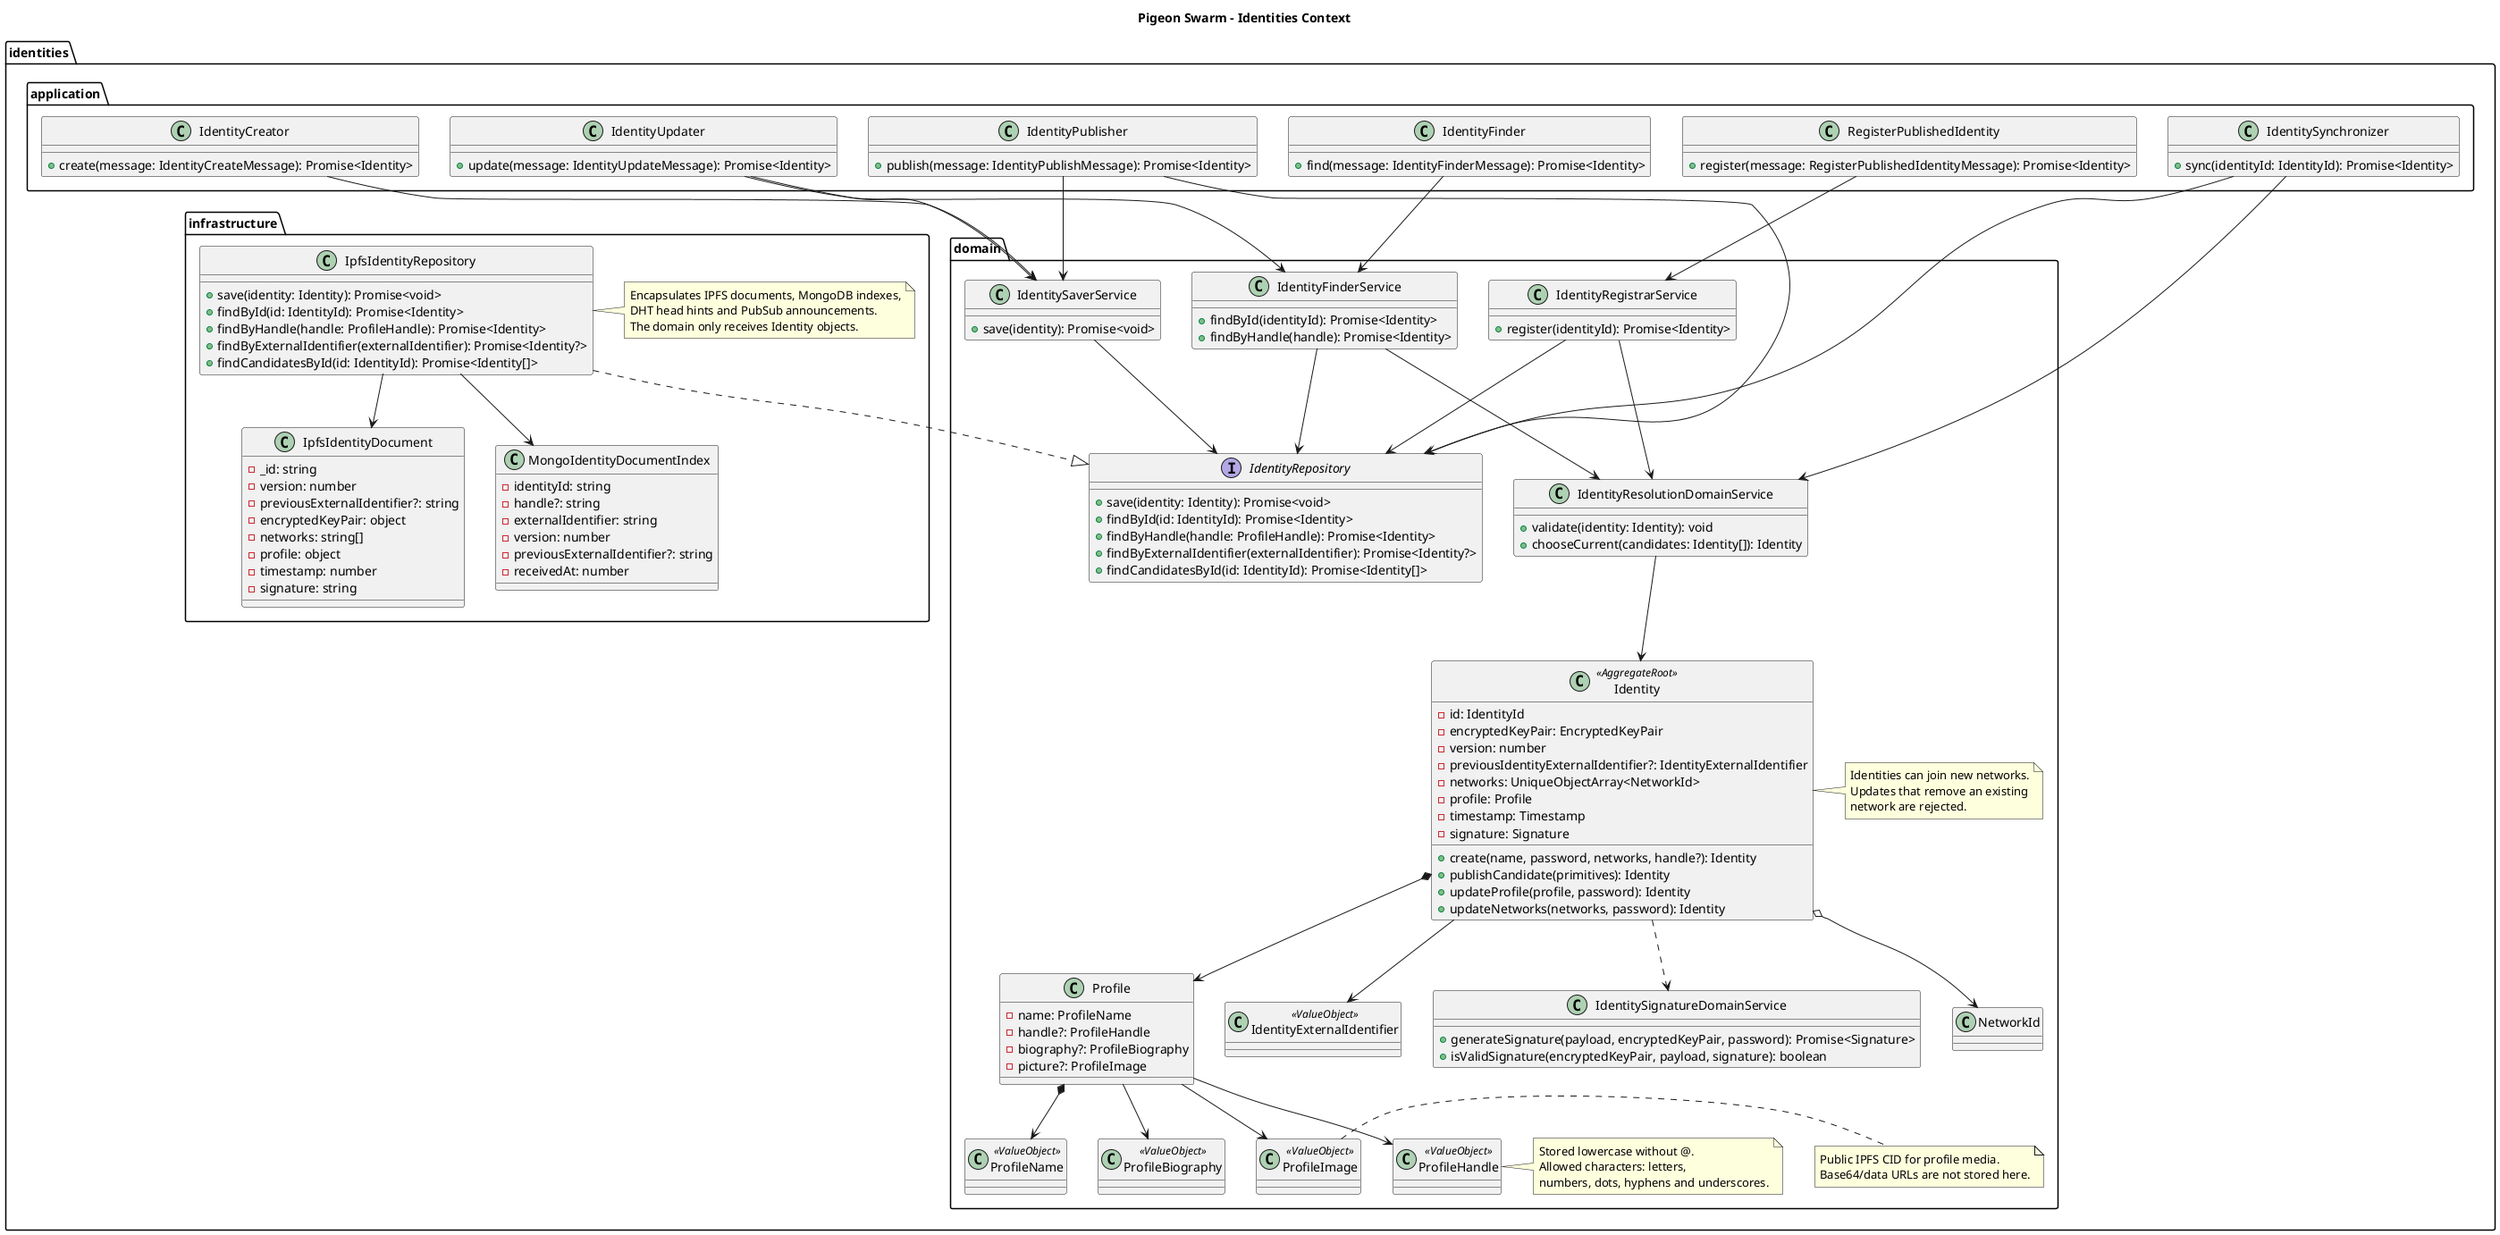
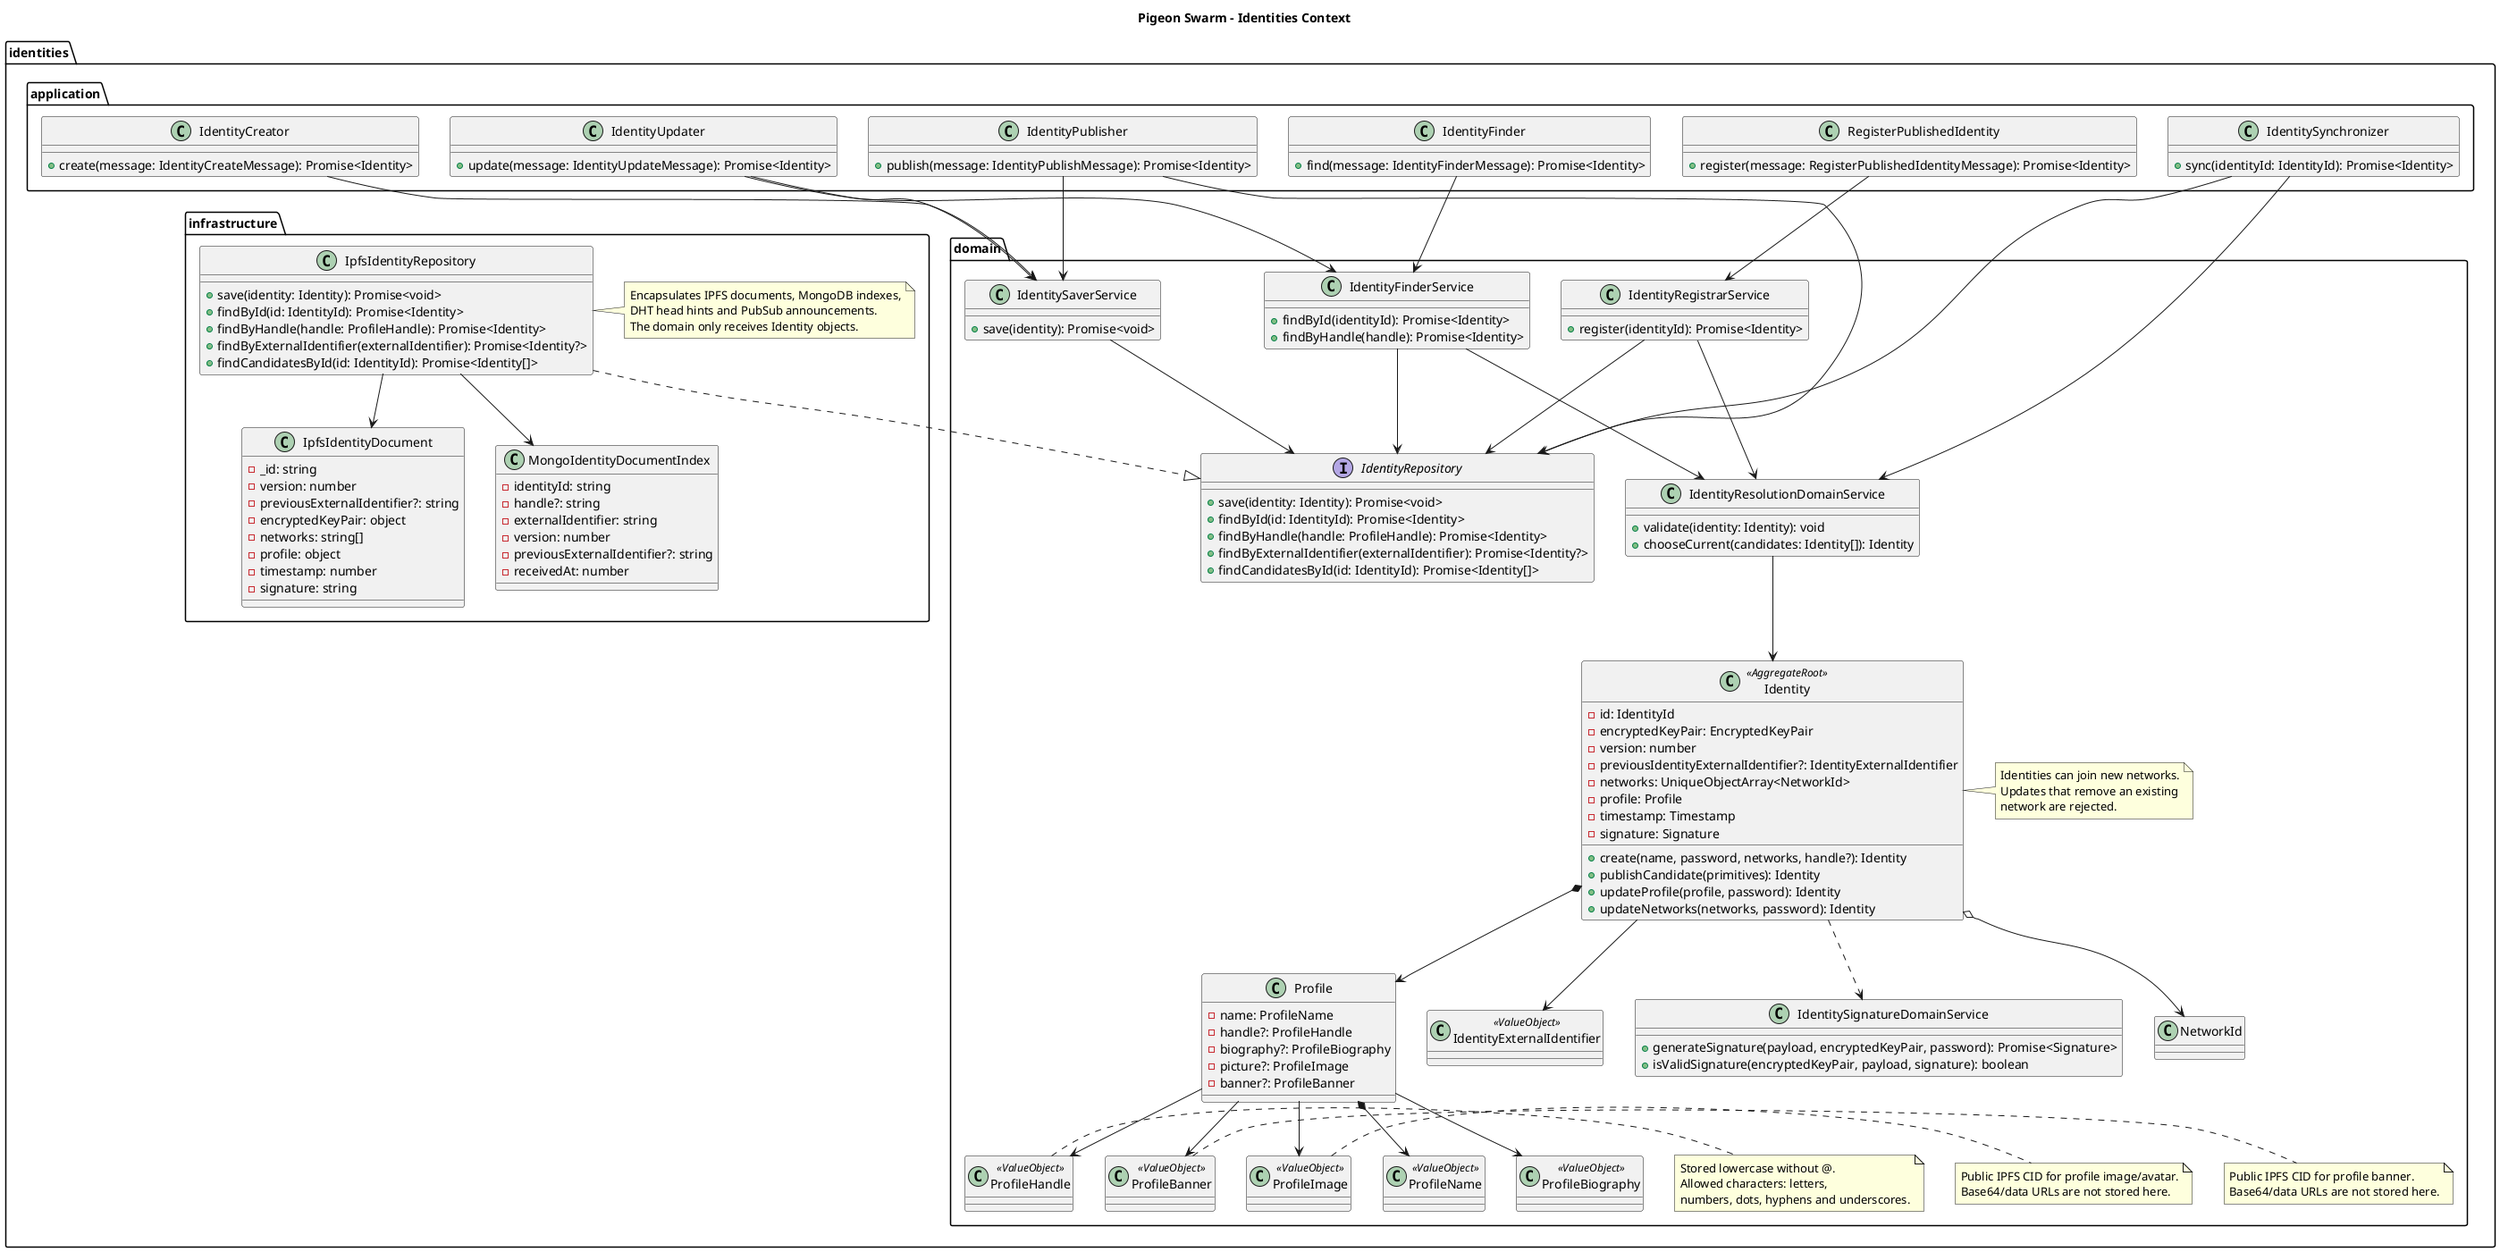
@startuml

title Pigeon Swarm - Identities Context

package "identities.domain" {
  class Identity <<AggregateRoot>> {
    -id: IdentityId
    -encryptedKeyPair: EncryptedKeyPair
    -version: number
    -previousIdentityExternalIdentifier?: IdentityExternalIdentifier
    -networks: UniqueObjectArray<NetworkId>
    -profile: Profile
    -timestamp: Timestamp
    -signature: Signature
    +create(name, password, networks, handle?): Identity
    +publishCandidate(primitives): Identity
    +updateProfile(profile, password): Identity
    +updateNetworks(networks, password): Identity
  }

  class Profile {
    -name: ProfileName
    -handle?: ProfileHandle
    -biography?: ProfileBiography
    -picture?: ProfileImage
+     -banner?: ProfileBanner
  }

  class ProfileName <<ValueObject>>
  class ProfileHandle <<ValueObject>>
  class ProfileBiography <<ValueObject>>
  class ProfileImage <<ValueObject>>
+   class ProfileBanner <<ValueObject>>
  class IdentityExternalIdentifier <<ValueObject>>

  note right of ProfileHandle
    Stored lowercase without @.
    Allowed characters: letters,
    numbers, dots, hyphens and underscores.
  end note

  note right of ProfileImage
-     Public IPFS CID for profile media.
+     Public IPFS CID for profile image/avatar.
+     Base64/data URLs are not stored here.
+   end note
+ 
+   note right of ProfileBanner
+     Public IPFS CID for profile banner.
    Base64/data URLs are not stored here.
  end note

  class IdentitySignatureDomainService {
    +generateSignature(payload, encryptedKeyPair, password): Promise<Signature>
    +isValidSignature(encryptedKeyPair, payload, signature): boolean
  }

  class IdentityResolutionDomainService {
    +validate(identity: Identity): void
    +chooseCurrent(candidates: Identity[]): Identity
  }

  interface IdentityRepository {
    +save(identity: Identity): Promise<void>
    +findById(id: IdentityId): Promise<Identity>
    +findByHandle(handle: ProfileHandle): Promise<Identity>
    +findByExternalIdentifier(externalIdentifier): Promise<Identity?>
    +findCandidatesById(id: IdentityId): Promise<Identity[]>
  }

  class IdentitySaverService {
    +save(identity): Promise<void>
  }

  class IdentityFinderService {
    +findById(identityId): Promise<Identity>
    +findByHandle(handle): Promise<Identity>
  }

  note right of Identity
    Identities can join new networks.
    Updates that remove an existing
    network are rejected.
  end note

  class IdentityRegistrarService {
    +register(identityId): Promise<Identity>
  }

  Identity *--> Profile
  Identity o--> NetworkId
  Identity --> IdentityExternalIdentifier
  Profile *--> ProfileName
  Profile --> ProfileHandle
  Profile --> ProfileBiography
  Profile --> ProfileImage
+   Profile --> ProfileBanner
  Identity ..> IdentitySignatureDomainService
  IdentityResolutionDomainService --> Identity
  IdentitySaverService --> IdentityRepository
  IdentityFinderService --> IdentityRepository
  IdentityFinderService --> IdentityResolutionDomainService
  IdentityRegistrarService --> IdentityRepository
  IdentityRegistrarService --> IdentityResolutionDomainService
}

package "identities.application" {
  class IdentityCreator {
    +create(message: IdentityCreateMessage): Promise<Identity>
  }

  class IdentityUpdater {
    +update(message: IdentityUpdateMessage): Promise<Identity>
  }

  class IdentityFinder {
    +find(message: IdentityFinderMessage): Promise<Identity>
  }

  class IdentityPublisher {
    +publish(message: IdentityPublishMessage): Promise<Identity>
  }

  class RegisterPublishedIdentity {
    +register(message: RegisterPublishedIdentityMessage): Promise<Identity>
  }

  class IdentitySynchronizer {
    +sync(identityId: IdentityId): Promise<Identity>
  }

  IdentityCreator --> IdentitySaverService
  IdentityPublisher --> IdentitySaverService
  IdentityPublisher --> IdentityRepository
  IdentityUpdater --> IdentityFinderService
  IdentityUpdater --> IdentitySaverService
  IdentityFinder --> IdentityFinderService
  RegisterPublishedIdentity --> IdentityRegistrarService
  IdentitySynchronizer --> IdentityRepository
  IdentitySynchronizer --> IdentityResolutionDomainService
}

package "identities.infrastructure" {
  class IpfsIdentityDocument {
    -_id: string
    -version: number
    -previousExternalIdentifier?: string
    -encryptedKeyPair: object
    -networks: string[]
    -profile: object
    -timestamp: number
    -signature: string
  }

  class MongoIdentityDocumentIndex {
    -identityId: string
    -handle?: string
    -externalIdentifier: string
    -version: number
    -previousExternalIdentifier?: string
    -receivedAt: number
  }

  class IpfsIdentityRepository {
    +save(identity: Identity): Promise<void>
    +findById(id: IdentityId): Promise<Identity>
    +findByHandle(handle: ProfileHandle): Promise<Identity>
    +findByExternalIdentifier(externalIdentifier): Promise<Identity?>
    +findCandidatesById(id: IdentityId): Promise<Identity[]>
  }

  note right of IpfsIdentityRepository
    Encapsulates IPFS documents, MongoDB indexes,
    DHT head hints and PubSub announcements.
    The domain only receives Identity objects.
  end note

  IpfsIdentityRepository ..|> IdentityRepository
  IpfsIdentityRepository --> IpfsIdentityDocument
  IpfsIdentityRepository --> MongoIdentityDocumentIndex
}

@enduml
